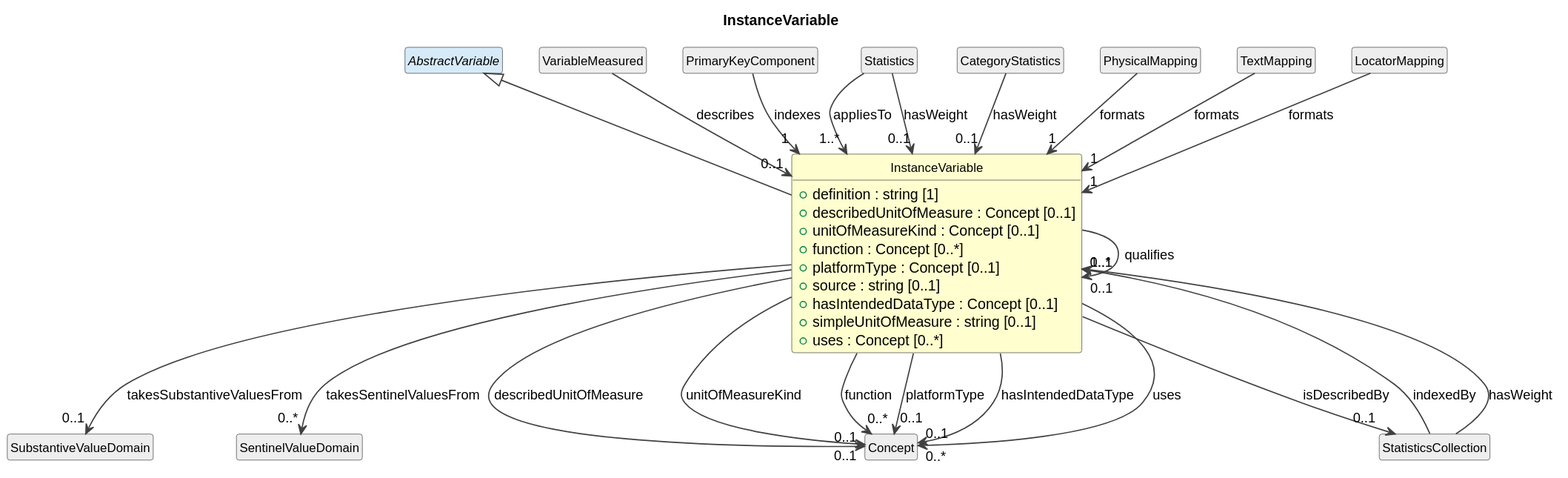
Above: cdif-uml-model/_plantuml/cdifDataDescription/Classes/InstanceVariable.svg in Cross-Domain-Interoperability-Framework/metadataBuildingBlocks (PlantUML), before the change.
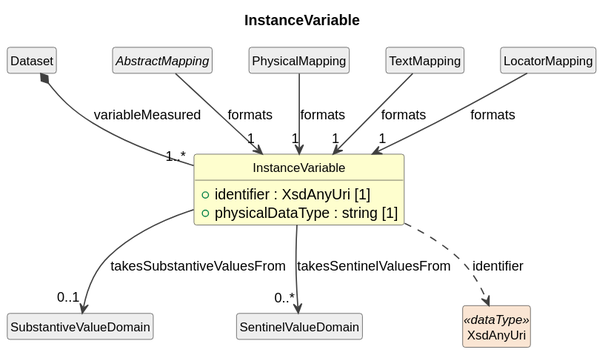
After the commit.

The edit, as a diff of the source:
```diff
@@ -11,47 +11,23 @@
 }
 
 class "InstanceVariable" as InstanceVariable #FEFECE {
-  +definition : string [1]
-  +describedUnitOfMeasure : Concept [0..1]
-  +unitOfMeasureKind : Concept [0..1]
-  +function : Concept [0..*]
-  +platformType : Concept [0..1]
-  +source : string [0..1]
-  +hasIntendedDataType : Concept [0..1]
-  +simpleUnitOfMeasure : string [0..1]
-  +uses : Concept [0..*]
+  +identifier : XsdAnyUri [1]
+  +physicalDataType : string [1]
 }
-abstract class "AbstractVariable" as AbstractVariable #D6EAF8
-AbstractVariable <|-- InstanceVariable
-class "StatisticsCollection" as StatisticsCollection #EEEEEE
-InstanceVariable --> "0..1" StatisticsCollection : isDescribedBy
-InstanceVariable --> "0..1" InstanceVariable : qualifies
+class "Dataset" as Dataset #EEEEEE
+Dataset *-- "1..*" InstanceVariable : variableMeasured
 class "SubstantiveValueDomain" as SubstantiveValueDomain #EEEEEE
 InstanceVariable --> "0..1" SubstantiveValueDomain : takesSubstantiveValuesFrom
 class "SentinelValueDomain" as SentinelValueDomain #EEEEEE
 InstanceVariable --> "0..*" SentinelValueDomain : takesSentinelValuesFrom
-class "VariableMeasured" as VariableMeasured #EEEEEE
-VariableMeasured --> "0..1" InstanceVariable : describes
-class "PrimaryKeyComponent" as PrimaryKeyComponent #EEEEEE
-PrimaryKeyComponent --> "1" InstanceVariable : indexes
-class "Statistics" as Statistics #EEEEEE
-Statistics --> "1..*" InstanceVariable : appliesTo
-Statistics --> "0..1" InstanceVariable : hasWeight
-class "CategoryStatistics" as CategoryStatistics #EEEEEE
-CategoryStatistics --> "0..1" InstanceVariable : hasWeight
-StatisticsCollection --> "1..*" InstanceVariable : indexedBy
-StatisticsCollection --> "0..1" InstanceVariable : hasWeight
+abstract class "AbstractMapping" as AbstractMapping #EEEEEE
+AbstractMapping --> "1" InstanceVariable : formats
 class "PhysicalMapping" as PhysicalMapping #EEEEEE
 PhysicalMapping --> "1" InstanceVariable : formats
 class "TextMapping" as TextMapping #EEEEEE
 TextMapping --> "1" InstanceVariable : formats
 class "LocatorMapping" as LocatorMapping #EEEEEE
 LocatorMapping --> "1" InstanceVariable : formats
-class "Concept" as Concept #EEEEEE
-InstanceVariable --> "0..1" Concept : describedUnitOfMeasure
-InstanceVariable --> "0..1" Concept : unitOfMeasureKind
-InstanceVariable --> "0..*" Concept : function
-InstanceVariable --> "0..1" Concept : platformType
-InstanceVariable --> "0..1" Concept : hasIntendedDataType
-InstanceVariable --> "0..*" Concept : uses
+class "XsdAnyUri" as XsdAnyUri <<dataType>> #FAE5D3
+InstanceVariable ..> XsdAnyUri : identifier
 @enduml
```
